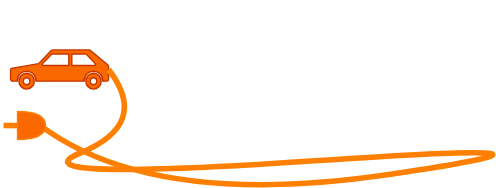
Before: static/images/evkxlogo.drawio.svg, a diagram exported from draw.io (evkx/evkx.github.io). Source tidied: cells renumbered, new cells last; positions are measured from the earlier drawing's top-left corner, leaving out a move shared by most shapes. Its diagram source:
```xml
<mxGraphModel>
  <root>
    <mxCell id="0" />
    <mxCell id="1" parent="0" />
    <mxCell id="2" value="&lt;font style=&quot;font-size: 20px&quot;&gt;Knowledge is power&lt;/font&gt;" style="text;html=1;strokeColor=none;fillColor=none;align=center;verticalAlign=middle;whiteSpace=wrap;rounded=0;fontFamily=Verdana;fontSize=20;fontColor=#FFFFFF;" parent="1" vertex="1">
      <mxGeometry x="95" y="59" width="230" height="40" as="geometry" />
    </mxCell>
    <mxCell id="3" style="shape=mxgraph.signs.transportation.car_3;html=1;fillColor=#fa6800;strokeColor=#C73500;verticalLabelPosition=bottom;verticalAlign=top;align=center;fontFamily=Verdana;fontSize=82;fontColor=#000000;" parent="1" vertex="1">
      <mxGeometry x="5" y="20" width="70" height="28" as="geometry" />
    </mxCell>
    <mxCell id="4" value="EVKX" style="text;html=1;strokeColor=none;fillColor=none;align=center;verticalAlign=middle;whiteSpace=wrap;rounded=0;fontSize=82;fontStyle=2;fontFamily=Verdana;fontColor=#FFFFFF;" parent="1" vertex="1">
      <mxGeometry x="100" y="-0.4" width="225" height="68.8" as="geometry" />
    </mxCell>
    <mxCell id="5" style="curved=1;endArrow=none;html=1;fontFamily=Verdana;fontSize=82;fontColor=#FFFFFF;strokeWidth=4;endFill=0;entryX=1;entryY=0.5;entryDx=0;entryDy=0;entryPerimeter=0;strokeColor=#FF8000;" parent="1" edge="1" target="3">
      <mxGeometry relative="1" as="geometry">
        <mxPoint x="25" y="73" as="sourcePoint" />
        <Array as="points">
          <mxPoint x="105" y="134" />
          <mxPoint x="445" y="84" />
          <mxPoint x="5" y="114" />
          <mxPoint x="105" y="73" />
        </Array>
      </mxGeometry>
    </mxCell>
    <mxCell id="6" style="group;" parent="1" vertex="1">
      <mxGeometry y="64" width="30" height="20" as="geometry" />
    </mxCell>
    <mxCell id="7" style="shape=or;whiteSpace=wrap;html=1;fontFamily=Verdana;fontSize=82;fontColor=#000000;fillColor=#fa6800;strokeColor=#FF8000;" parent="6" vertex="1">
      <mxGeometry x="10" width="20" height="20" as="geometry" />
    </mxCell>
    <mxCell id="8" style="endArrow=none;html=1;fontFamily=Verdana;fontSize=82;fontColor=#FFFFFF;entryX=0;entryY=0.5;entryDx=0;entryDy=0;entryPerimeter=0;strokeWidth=4;fillColor=#fa6800;strokeColor=#FF8000;" parent="6" edge="1" target="7">
      <mxGeometry relative="1" as="geometry">
        <mxPoint y="10" as="sourcePoint" />
      </mxGeometry>
    </mxCell>
  </root>
</mxGraphModel>
```
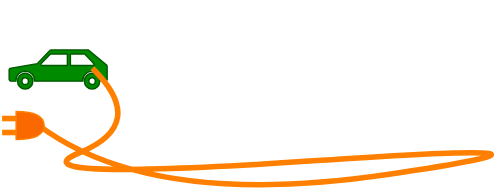
Above is the later version.

Diff of the diagram source:
```diff
@@ -5,13 +5,13 @@
     <mxCell id="2" value="&lt;font style=&quot;font-size: 20px&quot;&gt;Knowledge is power&lt;/font&gt;" style="text;html=1;strokeColor=none;fillColor=none;align=center;verticalAlign=middle;whiteSpace=wrap;rounded=0;fontFamily=Verdana;fontSize=20;fontColor=#FFFFFF;" parent="1" vertex="1">
       <mxGeometry x="95" y="59" width="230" height="40" as="geometry" />
     </mxCell>
-    <mxCell id="3" style="shape=mxgraph.signs.transportation.car_3;html=1;fillColor=#fa6800;strokeColor=#C73500;verticalLabelPosition=bottom;verticalAlign=top;align=center;fontFamily=Verdana;fontSize=82;fontColor=#000000;" parent="1" vertex="1">
+    <mxCell id="3" style="shape=mxgraph.signs.transportation.car_3;html=1;fillColor=#008a00;strokeColor=#005700;verticalLabelPosition=bottom;verticalAlign=top;align=center;fontFamily=Verdana;fontSize=82;fontColor=#ffffff;" parent="1" vertex="1">
       <mxGeometry x="5" y="20" width="70" height="28" as="geometry" />
     </mxCell>
     <mxCell id="4" value="EVKX" style="text;html=1;strokeColor=none;fillColor=none;align=center;verticalAlign=middle;whiteSpace=wrap;rounded=0;fontSize=82;fontStyle=2;fontFamily=Verdana;fontColor=#FFFFFF;" parent="1" vertex="1">
       <mxGeometry x="100" y="-0.4" width="225" height="68.8" as="geometry" />
     </mxCell>
-    <mxCell id="5" style="curved=1;endArrow=none;html=1;fontFamily=Verdana;fontSize=82;fontColor=#FFFFFF;strokeWidth=4;endFill=0;entryX=1;entryY=0.5;entryDx=0;entryDy=0;entryPerimeter=0;strokeColor=#FF8000;" parent="1" edge="1" target="3">
+    <mxCell id="5" style="curved=1;endArrow=none;html=1;fontFamily=Verdana;fontSize=82;fontColor=#FFFFFF;strokeWidth=4;endFill=0;entryX=0.849;entryY=0.466;entryDx=0;entryDy=0;entryPerimeter=0;strokeColor=#FF8000;" parent="1" edge="1" target="3">
       <mxGeometry relative="1" as="geometry">
         <mxPoint x="25" y="73" as="sourcePoint" />
         <Array as="points">
@@ -22,16 +22,19 @@
         </Array>
       </mxGeometry>
     </mxCell>
-    <mxCell id="6" style="group;" parent="1" vertex="1">
-      <mxGeometry y="64" width="30" height="20" as="geometry" />
-    </mxCell>
-    <mxCell id="7" style="shape=or;whiteSpace=wrap;html=1;fontFamily=Verdana;fontSize=82;fontColor=#000000;fillColor=#fa6800;strokeColor=#FF8000;" parent="6" vertex="1">
-      <mxGeometry x="10" width="20" height="20" as="geometry" />
+    <mxCell id="7" style="shape=or;whiteSpace=wrap;html=1;fontFamily=Verdana;fontSize=82;fontColor=#000000;fillColor=#fa6800;strokeColor=#FF8000;" parent="1" vertex="1">
+      <mxGeometry x="10" y="64" width="20" height="20" as="geometry" />
     </mxCell>
-    <mxCell id="8" style="endArrow=none;html=1;fontFamily=Verdana;fontSize=82;fontColor=#FFFFFF;entryX=0;entryY=0.5;entryDx=0;entryDy=0;entryPerimeter=0;strokeWidth=4;fillColor=#fa6800;strokeColor=#FF8000;" parent="6" edge="1" target="7">
+    <mxCell id="8" style="endArrow=none;html=1;fontFamily=Verdana;fontSize=82;fontColor=#FFFFFF;entryX=0;entryY=0.25;entryDx=0;entryDy=0;entryPerimeter=0;strokeWidth=4;fillColor=#fa6800;strokeColor=#FF8000;" parent="1" edge="1" target="7">
       <mxGeometry relative="1" as="geometry">
-        <mxPoint y="10" as="sourcePoint" />
+        <mxPoint y="69" as="sourcePoint" />
       </mxGeometry>
     </mxCell>
+    <mxCell id="9" style="endArrow=none;html=1;fontFamily=Verdana;fontSize=82;fontColor=#FFFFFF;entryX=0;entryY=0.5;entryDx=0;entryDy=0;entryPerimeter=0;strokeWidth=4;fillColor=#fa6800;strokeColor=#FF8000;" parent="1" edge="1">
+      <mxGeometry relative="1" as="geometry">
+        <mxPoint y="79" as="sourcePoint" />
+        <mxPoint x="10" y="79" as="targetPoint" />
+      </mxGeometry>
+    </mxCell>
   </root>
 </mxGraphModel>
```
